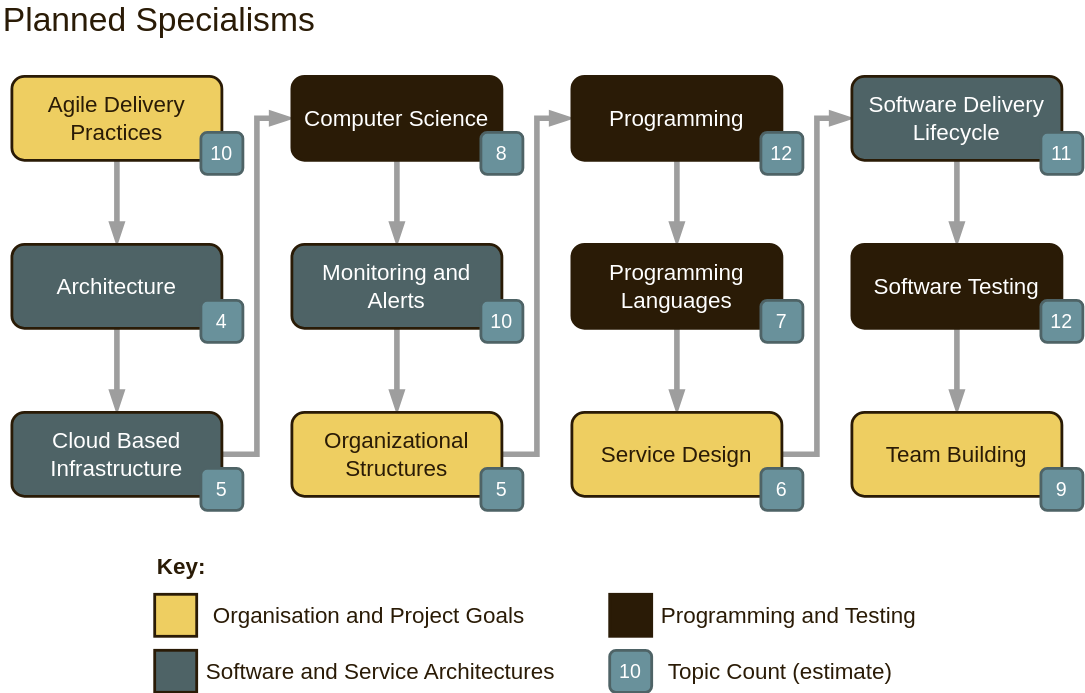
Earlier version of the draw.io export channel/diagrams/planned-specialisms-for-intro.drawio.svg (software-engineering-at-home/content). Source tidied: cells renumbered, new cells last; positions are measured from the earlier drawing's top-left corner, leaving out a move shared by most shapes. Source of this version:
```xml
<mxGraphModel>
  <root>
    <mxCell id="0" />
    <mxCell id="1" parent="0" />
    <mxCell id="2" style="edgeStyle=orthogonalEdgeStyle;rounded=0;jettySize=auto;html=1;exitX=0.5;exitY=1;exitDx=0;exitDy=0;fontFamily=Helvetica;fontSize=24;fontColor=#2A1B06;strokeWidth=4;endArrow=blockThin;endFill=1;strokeColor=#9E9E9E;" parent="1" edge="1" source="25" target="26">
      <mxGeometry x="18" y="60" as="geometry" />
    </mxCell>
    <mxCell id="3" style="edgeStyle=orthogonalEdgeStyle;rounded=0;jettySize=auto;html=1;exitX=0.5;exitY=1;exitDx=0;exitDy=0;entryX=0.5;entryY=0;entryDx=0;entryDy=0;fontFamily=Helvetica;fontSize=24;fontColor=#2A1B06;strokeWidth=4;endArrow=blockThin;endFill=1;strokeColor=#9E9E9E;" parent="1" edge="1" source="26" target="27">
      <mxGeometry x="18" y="60" as="geometry" />
    </mxCell>
    <mxCell id="4" style="edgeStyle=orthogonalEdgeStyle;rounded=0;jettySize=auto;html=1;exitX=1;exitY=0.5;exitDx=0;exitDy=0;entryX=0;entryY=0.5;entryDx=0;entryDy=0;fontFamily=Helvetica;fontSize=24;fontColor=#2A1B06;strokeWidth=4;endArrow=blockThin;endFill=1;strokeColor=#9E9E9E;" parent="1" edge="1" source="27" target="28">
      <mxGeometry x="18" y="60" as="geometry" />
    </mxCell>
    <mxCell id="5" style="edgeStyle=orthogonalEdgeStyle;rounded=0;jettySize=auto;html=1;exitX=0.5;exitY=1;exitDx=0;exitDy=0;entryX=0.5;entryY=0;entryDx=0;entryDy=0;fontFamily=Helvetica;fontSize=24;fontColor=#2A1B06;strokeWidth=4;endArrow=blockThin;endFill=1;strokeColor=#9E9E9E;" parent="1" edge="1" source="28" target="29">
      <mxGeometry x="18" y="60" as="geometry" />
    </mxCell>
    <mxCell id="6" style="edgeStyle=orthogonalEdgeStyle;rounded=0;jettySize=auto;html=1;exitX=0.5;exitY=1;exitDx=0;exitDy=0;entryX=0.5;entryY=0;entryDx=0;entryDy=0;fontFamily=Helvetica;fontSize=24;fontColor=#2A1B06;strokeWidth=4;endArrow=blockThin;endFill=1;strokeColor=#9E9E9E;" parent="1" edge="1" source="29" target="30">
      <mxGeometry x="18" y="60" as="geometry" />
    </mxCell>
    <mxCell id="7" style="edgeStyle=orthogonalEdgeStyle;rounded=0;jettySize=auto;html=1;exitX=1;exitY=0.5;exitDx=0;exitDy=0;entryX=0;entryY=0.5;entryDx=0;entryDy=0;fontFamily=Helvetica;fontSize=24;fontColor=#2A1B06;strokeWidth=4;endArrow=blockThin;endFill=1;strokeColor=#9E9E9E;" parent="1" edge="1" source="30" target="31">
      <mxGeometry x="18" y="60" as="geometry" />
    </mxCell>
    <mxCell id="8" style="edgeStyle=orthogonalEdgeStyle;rounded=0;jettySize=auto;html=1;exitX=0.5;exitY=1;exitDx=0;exitDy=0;entryX=0.5;entryY=0;entryDx=0;entryDy=0;fontFamily=Helvetica;fontSize=24;fontColor=#2A1B06;strokeWidth=4;endArrow=blockThin;endFill=1;strokeColor=#9E9E9E;" parent="1" edge="1" source="31" target="32">
      <mxGeometry x="18" y="60" as="geometry" />
    </mxCell>
    <mxCell id="9" style="edgeStyle=orthogonalEdgeStyle;rounded=0;jettySize=auto;html=1;exitX=0.5;exitY=1;exitDx=0;exitDy=0;entryX=0.5;entryY=0;entryDx=0;entryDy=0;fontFamily=Helvetica;fontSize=24;fontColor=#2A1B06;strokeWidth=4;endArrow=blockThin;endFill=1;strokeColor=#9E9E9E;" parent="1" edge="1" source="32" target="33">
      <mxGeometry x="18" y="60" as="geometry" />
    </mxCell>
    <mxCell id="10" style="edgeStyle=orthogonalEdgeStyle;rounded=0;jettySize=auto;html=1;exitX=1;exitY=0.5;exitDx=0;exitDy=0;entryX=0;entryY=0.5;entryDx=0;entryDy=0;fontFamily=Helvetica;fontSize=24;fontColor=#2A1B06;strokeWidth=4;endArrow=blockThin;endFill=1;strokeColor=#9E9E9E;" parent="1" edge="1" source="33" target="34">
      <mxGeometry x="18" y="60" as="geometry" />
    </mxCell>
    <mxCell id="11" style="edgeStyle=orthogonalEdgeStyle;rounded=0;jettySize=auto;html=1;exitX=0.5;exitY=1;exitDx=0;exitDy=0;entryX=0.5;entryY=0;entryDx=0;entryDy=0;fontFamily=Helvetica;fontSize=24;fontColor=#2A1B06;strokeWidth=4;endArrow=blockThin;endFill=1;strokeColor=#9E9E9E;" parent="1" edge="1" source="34" target="35">
      <mxGeometry x="18" y="60" as="geometry" />
    </mxCell>
    <mxCell id="12" style="edgeStyle=orthogonalEdgeStyle;rounded=0;jettySize=auto;html=1;exitX=0.5;exitY=1;exitDx=0;exitDy=0;entryX=0.5;entryY=0;entryDx=0;entryDy=0;fontFamily=Helvetica;fontSize=24;fontColor=#2A1B06;strokeWidth=4;endArrow=blockThin;endFill=1;strokeColor=#9E9E9E;" parent="1" edge="1" source="35" target="36">
      <mxGeometry x="18" y="60" as="geometry" />
    </mxCell>
    <mxCell id="13" value="Planned Specialisms" style="text;html=1;strokeColor=none;fillColor=none;align=left;verticalAlign=middle;whiteSpace=wrap;rounded=0;fontFamily=Helvetica;fontSize=24;fontColor=#2A1B06;" parent="1" vertex="1">
      <mxGeometry width="255" height="20" as="geometry" />
    </mxCell>
    <mxCell id="14" style="group;" parent="1" vertex="1">
      <mxGeometry x="110" y="370" width="625" height="100" as="geometry" />
    </mxCell>
    <mxCell id="15" style="group;" parent="14" vertex="1">
      <mxGeometry y="20" width="625" height="100" as="geometry" />
    </mxCell>
    <mxCell id="16" value="Key:" style="text;html=1;strokeColor=none;fillColor=none;align=left;verticalAlign=middle;whiteSpace=wrap;rounded=0;fontFamily=Helvetica;fontSize=16;fontColor=#2A1B06;fontStyle=1;" parent="15" vertex="1">
      <mxGeometry width="110" height="20" as="geometry" />
    </mxCell>
    <mxCell id="17" value="10" style="rounded=1;whiteSpace=wrap;html=1;strokeWidth=2;fontFamily=Helvetica;fontSize=14;align=center;fillColor=#69919B;fontColor=#FFFFFF;strokeColor=#4E6366;" parent="15" vertex="1">
      <mxGeometry x="325" y="70" width="30" height="30" as="geometry" />
    </mxCell>
    <mxCell id="18" value="Topic Count (estimate)" style="text;html=1;strokeColor=none;fillColor=none;align=left;verticalAlign=middle;whiteSpace=wrap;rounded=0;fontFamily=Helvetica;fontSize=16;fontColor=#2A1B06;" parent="15" vertex="1">
      <mxGeometry x="365" y="75" width="260" height="20" as="geometry" />
    </mxCell>
    <mxCell id="19" style="rounded=0;whiteSpace=wrap;html=1;strokeColor=#2A1B06;strokeWidth=2;fillColor=#EECE61;" parent="15" vertex="1">
      <mxGeometry y="30" width="30" height="30" as="geometry" />
    </mxCell>
    <mxCell id="20" style="rounded=0;whiteSpace=wrap;html=1;strokeColor=#2A1B06;strokeWidth=2;fillColor=#4E6366;" parent="15" vertex="1">
      <mxGeometry y="70" width="30" height="30" as="geometry" />
    </mxCell>
    <mxCell id="21" style="rounded=0;whiteSpace=wrap;html=1;strokeColor=#2A1B06;strokeWidth=2;fillColor=#2A1B06;" parent="15" vertex="1">
      <mxGeometry x="325" y="30" width="30" height="30" as="geometry" />
    </mxCell>
    <mxCell id="22" value="Organisation and Project Goals" style="text;html=1;strokeColor=none;fillColor=none;align=left;verticalAlign=middle;whiteSpace=wrap;rounded=0;fontFamily=Helvetica;fontSize=16;fontColor=#2A1B06;" parent="15" vertex="1">
      <mxGeometry x="40" y="35" width="255" height="20" as="geometry" />
    </mxCell>
    <mxCell id="23" value="Software and Service Architectures" style="text;html=1;strokeColor=none;fillColor=none;align=left;verticalAlign=middle;whiteSpace=wrap;rounded=0;fontFamily=Helvetica;fontSize=16;fontColor=#2A1B06;" parent="15" vertex="1">
      <mxGeometry x="35" y="75" width="260" height="20" as="geometry" />
    </mxCell>
    <mxCell id="24" value="Programming and Testing" style="text;html=1;strokeColor=none;fillColor=none;align=left;verticalAlign=middle;whiteSpace=wrap;rounded=0;fontFamily=Helvetica;fontSize=16;fontColor=#2A1B06;" parent="15" vertex="1">
      <mxGeometry x="360" y="35" width="220" height="20" as="geometry" />
    </mxCell>
    <mxCell id="25" value="Agile Delivery Practices" style="rounded=1;whiteSpace=wrap;html=1;strokeWidth=2;strokeColor=#2A1B06;fontFamily=Helvetica;fontSize=16;fillColor=#EECE61;fontColor=#2A1B06;" parent="1" vertex="1">
      <mxGeometry x="8" y="50" width="150" height="60" as="geometry" />
    </mxCell>
    <mxCell id="26" value="Architecture" style="rounded=1;whiteSpace=wrap;html=1;strokeWidth=2;strokeColor=#2A1B06;fontFamily=Helvetica;fontSize=16;fillColor=#4E6366;fontColor=#FFFFFF;" parent="1" vertex="1">
      <mxGeometry x="8" y="170" width="150" height="60" as="geometry" />
    </mxCell>
    <mxCell id="27" value="Cloud Based Infrastructure" style="rounded=1;whiteSpace=wrap;html=1;strokeWidth=2;strokeColor=#2A1B06;fontFamily=Helvetica;fontSize=16;fillColor=#4E6366;fontColor=#FFFFFF;" parent="1" vertex="1">
      <mxGeometry x="8" y="290" width="150" height="60" as="geometry" />
    </mxCell>
    <mxCell id="28" value="Computer Science" style="rounded=1;whiteSpace=wrap;html=1;strokeWidth=2;strokeColor=#2A1B06;fontFamily=Helvetica;fontSize=16;fillColor=#2A1B06;fontColor=#FFFFFF;" parent="1" vertex="1">
      <mxGeometry x="208" y="50" width="150" height="60" as="geometry" />
    </mxCell>
    <mxCell id="29" value="Monitoring and&lt;br&gt;Alerts" style="rounded=1;whiteSpace=wrap;html=1;strokeWidth=2;strokeColor=#2A1B06;fontFamily=Helvetica;fontSize=16;fillColor=#4E6366;fontColor=#FFFFFF;" parent="1" vertex="1">
      <mxGeometry x="208" y="170" width="150" height="60" as="geometry" />
    </mxCell>
    <mxCell id="30" value="Organizational Structures" style="rounded=1;whiteSpace=wrap;html=1;strokeWidth=2;strokeColor=#2A1B06;fontFamily=Helvetica;fontSize=16;fontColor=#2A1B06;fillColor=#EECE61;" parent="1" vertex="1">
      <mxGeometry x="208" y="290" width="150" height="60" as="geometry" />
    </mxCell>
    <mxCell id="31" value="Programming" style="rounded=1;whiteSpace=wrap;html=1;strokeWidth=2;strokeColor=#2A1B06;fontFamily=Helvetica;fontSize=16;fillColor=#2A1B06;fontColor=#FFFFFF;" parent="1" vertex="1">
      <mxGeometry x="408" y="50" width="150" height="60" as="geometry" />
    </mxCell>
    <mxCell id="32" value="Programming Languages" style="rounded=1;whiteSpace=wrap;html=1;strokeWidth=2;strokeColor=#2A1B06;fontFamily=Helvetica;fontSize=16;fillColor=#2A1B06;fontColor=#FFFFFF;" parent="1" vertex="1">
      <mxGeometry x="408" y="170" width="150" height="60" as="geometry" />
    </mxCell>
    <mxCell id="33" value="Service Design" style="rounded=1;whiteSpace=wrap;html=1;strokeWidth=2;strokeColor=#2A1B06;fontFamily=Helvetica;fontSize=16;fontColor=#2A1B06;fillColor=#EECE61;" parent="1" vertex="1">
      <mxGeometry x="408" y="290" width="150" height="60" as="geometry" />
    </mxCell>
    <mxCell id="34" value="Software Delivery Lifecycle" style="rounded=1;whiteSpace=wrap;html=1;strokeWidth=2;strokeColor=#2A1B06;fontFamily=Helvetica;fontSize=16;fillColor=#4E6366;fontColor=#FFFFFF;" parent="1" vertex="1">
      <mxGeometry x="608" y="50" width="150" height="60" as="geometry" />
    </mxCell>
    <mxCell id="35" value="Software Testing" style="rounded=1;whiteSpace=wrap;html=1;strokeWidth=2;strokeColor=#2A1B06;fontFamily=Helvetica;fontSize=16;fillColor=#2A1B06;fontColor=#FFFFFF;" parent="1" vertex="1">
      <mxGeometry x="608" y="170" width="150" height="60" as="geometry" />
    </mxCell>
    <mxCell id="36" value="Team Building" style="rounded=1;whiteSpace=wrap;html=1;strokeWidth=2;strokeColor=#2A1B06;fontFamily=Helvetica;fontSize=16;fontColor=#2A1B06;fillColor=#EECE61;" parent="1" vertex="1">
      <mxGeometry x="608" y="290" width="150" height="60" as="geometry" />
    </mxCell>
    <mxCell id="37" value="10" style="rounded=1;whiteSpace=wrap;html=1;strokeWidth=2;fontFamily=Helvetica;fontSize=14;align=center;fillColor=#69919B;fontColor=#FFFFFF;strokeColor=#4E6366;fontStyle=0;" parent="1" vertex="1">
      <mxGeometry x="143" y="90" width="30" height="30" as="geometry" />
    </mxCell>
    <mxCell id="38" value="4" style="rounded=1;whiteSpace=wrap;html=1;strokeWidth=2;fontFamily=Helvetica;fontSize=14;align=center;fillColor=#69919B;fontColor=#FFFFFF;strokeColor=#4E6366;fontStyle=0;" parent="1" vertex="1">
      <mxGeometry x="143" y="210" width="30" height="30" as="geometry" />
    </mxCell>
    <mxCell id="39" value="5" style="rounded=1;whiteSpace=wrap;html=1;strokeWidth=2;fontFamily=Helvetica;fontSize=14;align=center;fillColor=#69919B;fontColor=#FFFFFF;strokeColor=#4E6366;fontStyle=0;" parent="1" vertex="1">
      <mxGeometry x="143" y="330" width="30" height="30" as="geometry" />
    </mxCell>
    <mxCell id="40" value="8" style="rounded=1;whiteSpace=wrap;html=1;strokeWidth=2;fontFamily=Helvetica;fontSize=14;align=center;fillColor=#69919B;fontColor=#FFFFFF;strokeColor=#4E6366;fontStyle=0;" parent="1" vertex="1">
      <mxGeometry x="343" y="90" width="30" height="30" as="geometry" />
    </mxCell>
    <mxCell id="41" value="10" style="rounded=1;whiteSpace=wrap;html=1;strokeWidth=2;fontFamily=Helvetica;fontSize=14;align=center;fillColor=#69919B;fontColor=#FFFFFF;strokeColor=#4E6366;fontStyle=0;" parent="1" vertex="1">
      <mxGeometry x="343" y="210" width="30" height="30" as="geometry" />
    </mxCell>
    <mxCell id="42" value="5" style="rounded=1;whiteSpace=wrap;html=1;strokeWidth=2;fontFamily=Helvetica;fontSize=14;align=center;fillColor=#69919B;fontColor=#FFFFFF;strokeColor=#4E6366;fontStyle=0;" parent="1" vertex="1">
      <mxGeometry x="343" y="330" width="30" height="30" as="geometry" />
    </mxCell>
    <mxCell id="43" value="12" style="rounded=1;whiteSpace=wrap;html=1;strokeWidth=2;fontFamily=Helvetica;fontSize=14;align=center;fillColor=#69919B;fontColor=#FFFFFF;strokeColor=#4E6366;fontStyle=0;" parent="1" vertex="1">
      <mxGeometry x="543" y="90" width="30" height="30" as="geometry" />
    </mxCell>
    <mxCell id="44" value="7" style="rounded=1;whiteSpace=wrap;html=1;strokeWidth=2;fontFamily=Helvetica;fontSize=14;align=center;fillColor=#69919B;fontColor=#FFFFFF;strokeColor=#4E6366;fontStyle=0;" parent="1" vertex="1">
      <mxGeometry x="543" y="210" width="30" height="30" as="geometry" />
    </mxCell>
    <mxCell id="45" value="6" style="rounded=1;whiteSpace=wrap;html=1;strokeWidth=2;fontFamily=Helvetica;fontSize=14;align=center;fillColor=#69919B;fontColor=#FFFFFF;strokeColor=#4E6366;fontStyle=0;" parent="1" vertex="1">
      <mxGeometry x="543" y="330" width="30" height="30" as="geometry" />
    </mxCell>
    <mxCell id="46" value="11" style="rounded=1;whiteSpace=wrap;html=1;strokeWidth=2;fontFamily=Helvetica;fontSize=14;align=center;fillColor=#69919B;fontColor=#FFFFFF;strokeColor=#4E6366;fontStyle=0;" parent="1" vertex="1">
      <mxGeometry x="743" y="90" width="30" height="30" as="geometry" />
    </mxCell>
    <mxCell id="47" value="9" style="rounded=1;whiteSpace=wrap;html=1;strokeWidth=2;fontFamily=Helvetica;fontSize=14;align=center;fillColor=#69919B;fontColor=#FFFFFF;strokeColor=#4E6366;fontStyle=0;" parent="1" vertex="1">
      <mxGeometry x="743" y="330" width="30" height="30" as="geometry" />
    </mxCell>
    <mxCell id="48" value="12" style="rounded=1;whiteSpace=wrap;html=1;strokeWidth=2;fontFamily=Helvetica;fontSize=14;align=center;fillColor=#69919B;fontColor=#FFFFFF;strokeColor=#4E6366;fontStyle=0;" parent="1" vertex="1">
      <mxGeometry x="743" y="210" width="30" height="30" as="geometry" />
    </mxCell>
  </root>
</mxGraphModel>
```
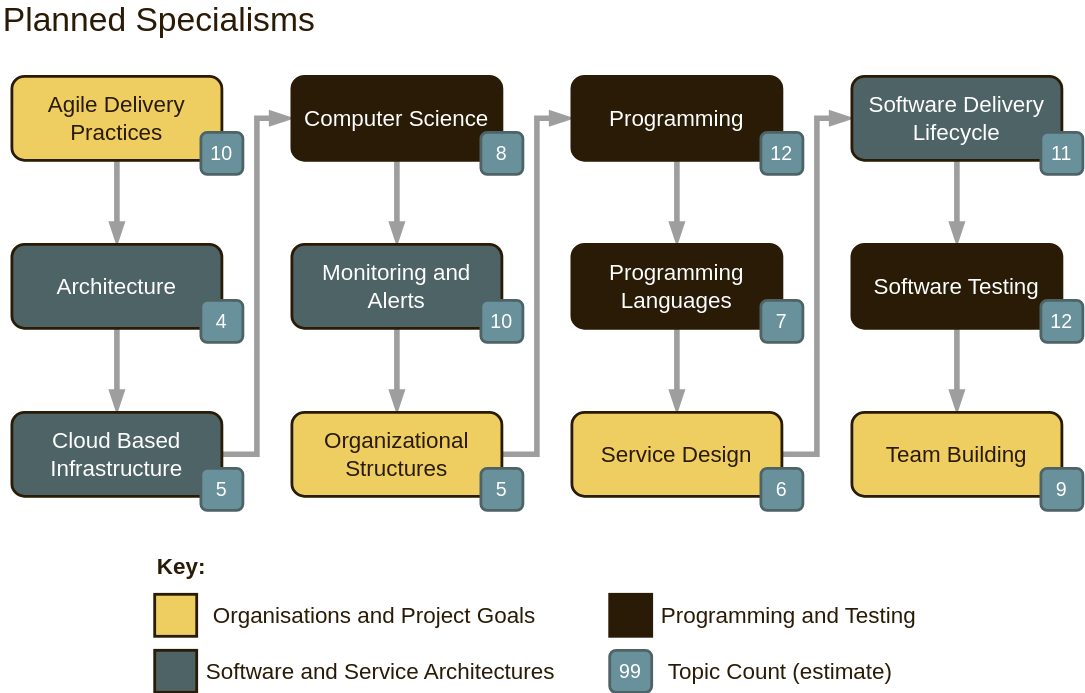
The same file after the commit.

The edit, as a diff of the source:
```diff
@@ -47,7 +47,7 @@
     <mxCell id="16" value="Key:" style="text;html=1;strokeColor=none;fillColor=none;align=left;verticalAlign=middle;whiteSpace=wrap;rounded=0;fontFamily=Helvetica;fontSize=16;fontColor=#2A1B06;fontStyle=1;" parent="15" vertex="1">
       <mxGeometry width="110" height="20" as="geometry" />
     </mxCell>
-    <mxCell id="17" value="10" style="rounded=1;whiteSpace=wrap;html=1;strokeWidth=2;fontFamily=Helvetica;fontSize=14;align=center;fillColor=#69919B;fontColor=#FFFFFF;strokeColor=#4E6366;" parent="15" vertex="1">
+    <mxCell id="17" value="99" style="rounded=1;whiteSpace=wrap;html=1;strokeWidth=2;fontFamily=Helvetica;fontSize=14;align=center;fillColor=#69919B;fontColor=#FFFFFF;strokeColor=#4E6366;" parent="15" vertex="1">
       <mxGeometry x="325" y="70" width="30" height="30" as="geometry" />
     </mxCell>
     <mxCell id="18" value="Topic Count (estimate)" style="text;html=1;strokeColor=none;fillColor=none;align=left;verticalAlign=middle;whiteSpace=wrap;rounded=0;fontFamily=Helvetica;fontSize=16;fontColor=#2A1B06;" parent="15" vertex="1">
@@ -62,7 +62,7 @@
     <mxCell id="21" style="rounded=0;whiteSpace=wrap;html=1;strokeColor=#2A1B06;strokeWidth=2;fillColor=#2A1B06;" parent="15" vertex="1">
       <mxGeometry x="325" y="30" width="30" height="30" as="geometry" />
     </mxCell>
-    <mxCell id="22" value="Organisation and Project Goals" style="text;html=1;strokeColor=none;fillColor=none;align=left;verticalAlign=middle;whiteSpace=wrap;rounded=0;fontFamily=Helvetica;fontSize=16;fontColor=#2A1B06;" parent="15" vertex="1">
+    <mxCell id="22" value="Organisations and Project Goals" style="text;html=1;strokeColor=none;fillColor=none;align=left;verticalAlign=middle;whiteSpace=wrap;rounded=0;fontFamily=Helvetica;fontSize=16;fontColor=#2A1B06;" parent="15" vertex="1">
       <mxGeometry x="40" y="35" width="255" height="20" as="geometry" />
     </mxCell>
     <mxCell id="23" value="Software and Service Architectures" style="text;html=1;strokeColor=none;fillColor=none;align=left;verticalAlign=middle;whiteSpace=wrap;rounded=0;fontFamily=Helvetica;fontSize=16;fontColor=#2A1B06;" parent="15" vertex="1">
```
